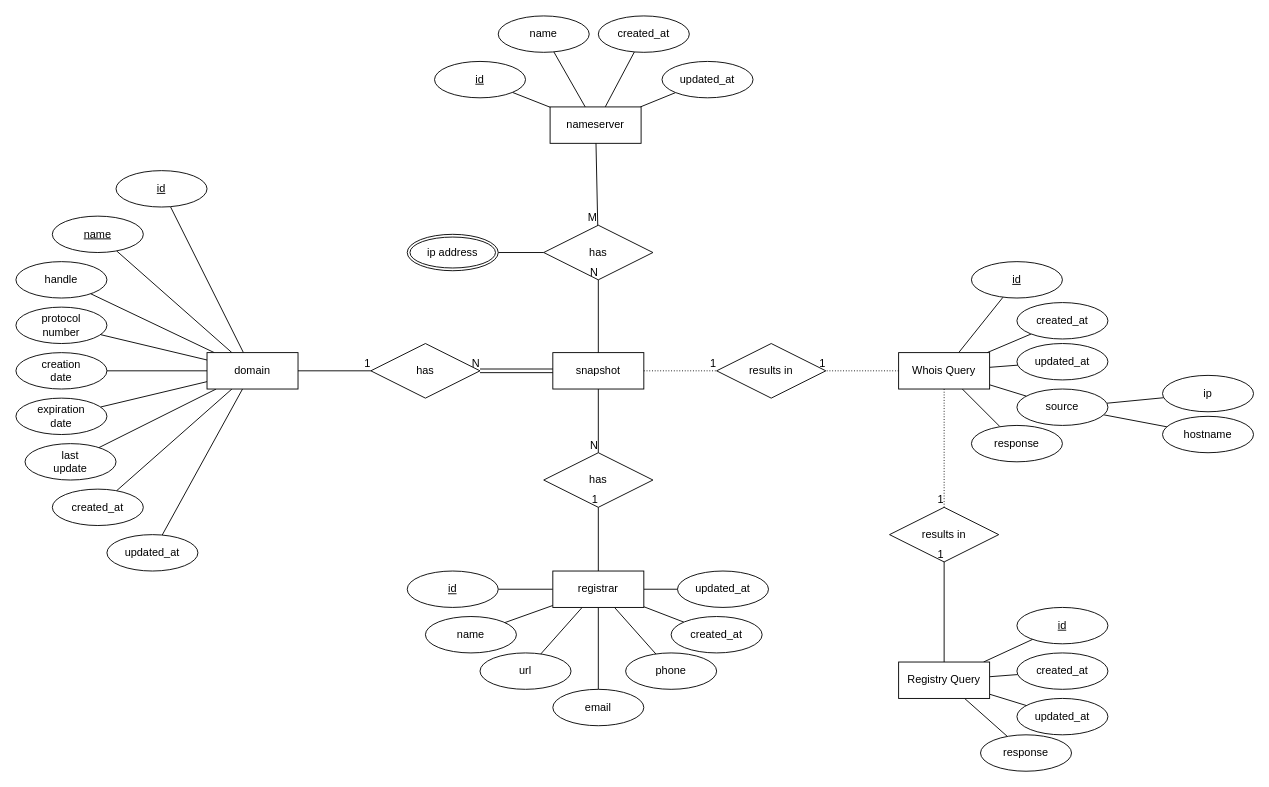
Before: model.drawio in aik8/whois-api, a draw.io diagram. Source tidied: cells renumbered, new cells numbered last; positions are measured from the earlier drawing's top-left corner, leaving out a move shared by most shapes. Both pictures are drawn from the tidied source at 91%, with x=0, y=0 at pixel (15, 15).
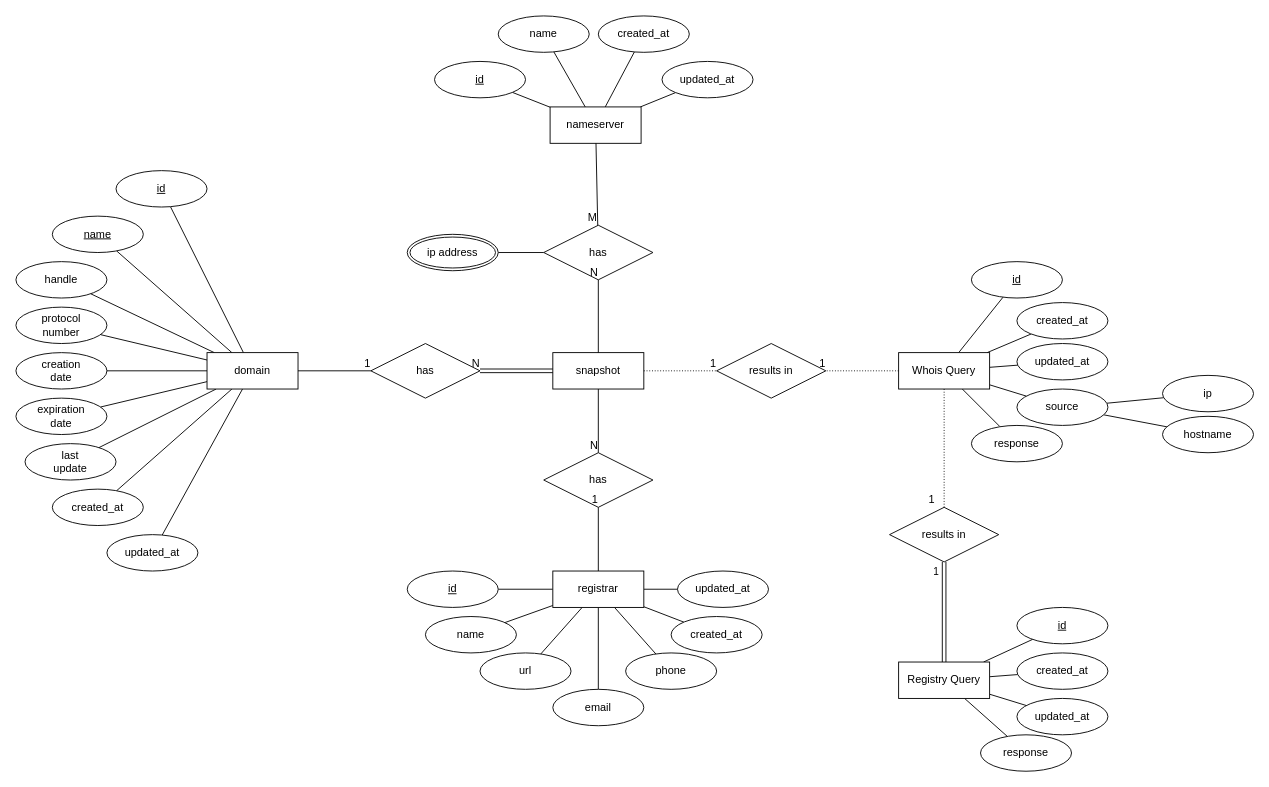
The same page after the edit.

Commit message:
chore(model): update the model graph

Unchanged cells that the change refers to:
```xml
<mxCell id="67" value="Registry Query" style="whiteSpace=wrap;html=1;align=center;" parent="1" vertex="1">
  <mxGeometry x="970" y="710" width="100" height="40" as="geometry" />
</mxCell>
<mxCell id="85" value="results in" style="shape=rhombus;perimeter=rhombusPerimeter;whiteSpace=wrap;html=1;align=center;" parent="1" vertex="1">
  <mxGeometry x="960" y="540" width="120" height="60" as="geometry" />
</mxCell>
<mxCell id="86" style="endArrow=none;html=1;rounded=0;dashed=1;dashPattern=1 2;" parent="1" edge="1" source="73" target="85">
  <mxGeometry relative="1" as="geometry" />
</mxCell>
```

Diff of the diagram source:
```diff
@@
     <mxCell id="87" value="1" style="html=1;align=right;verticalAlign=bottom;" parent="86" vertex="1">
-      <mxGeometry x="1" relative="1" as="geometry" />
+      <mxGeometry x="1" relative="1" as="geometry">
+        <mxPoint x="-10" as="offset" />
+      </mxGeometry>
     </mxCell>
-    <mxCell id="88" style="endArrow=none;html=1;rounded=0;" parent="1" edge="1" source="67" target="85">
-      <mxGeometry relative="1" as="geometry" />
-    </mxCell>
-    <mxCell id="89" value="1" style="html=1;align=right;verticalAlign=bottom;" parent="88" vertex="1">
-      <mxGeometry x="1" relative="1" as="geometry" />
-    </mxCell>
@@
+    <mxCell id="97" style="shape=link;html=1;" parent="1" edge="1" source="85" target="67">
+      <mxGeometry relative="1" as="geometry" />
+    </mxCell>
+    <mxCell id="89" value="1" style="edgeLabel;html=1;align=center;verticalAlign=middle;" parent="97" vertex="1">
+      <mxGeometry x="-0.25" y="2" relative="1" as="geometry">
+        <mxPoint x="-12" y="-31" as="offset" />
+      </mxGeometry>
+    </mxCell>
```
